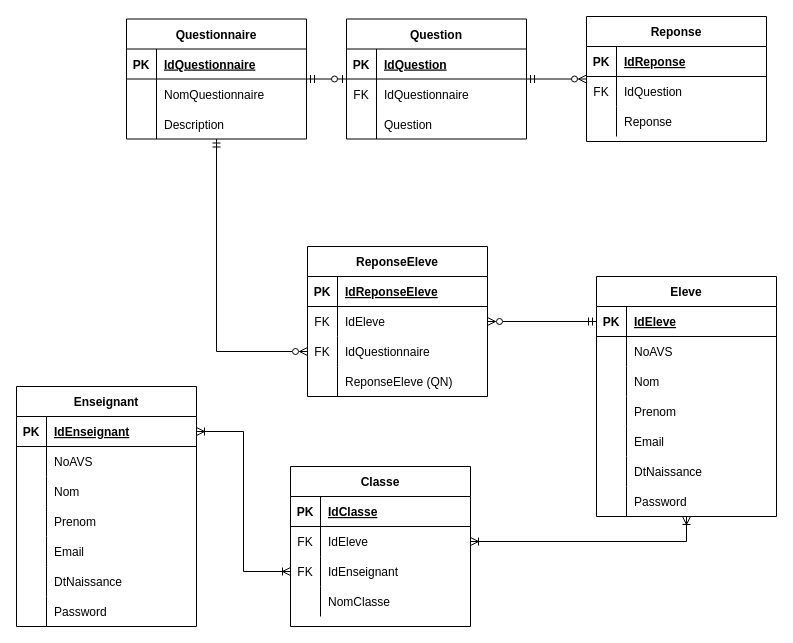
Devetik/Diagrammes keeps this draw.io diagram as DBDiagram.drawio. Above is the earlier version. Source tidied: cells renumbered, new cells numbered last; positions are measured from the earlier drawing's top-left corner, leaving out a move shared by most shapes. Both pictures are drawn from the tidied source at 100%, with x=0, y=0 at pixel (16, 16).
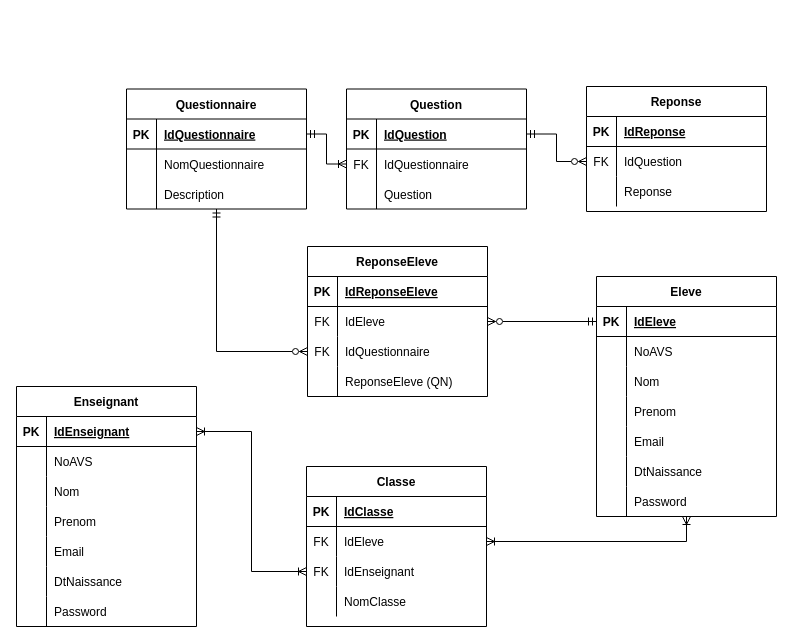
The same page after the edit.

Unchanged cells that the change refers to:
```xml
<mxCell id="27" style="shape=tableRow;horizontal=0;startSize=0;swimlaneHead=0;swimlaneBody=0;fillColor=none;points=[[0,0.5],[1,0.5]];portConstraint=eastwest;top=0;left=0;right=0;bottom=1;" parent="26" vertex="1">
  <mxGeometry y="30" width="180" height="30" as="geometry" />
</mxCell>
<mxCell id="38" style="shape=tableRow;horizontal=0;startSize=0;swimlaneHead=0;swimlaneBody=0;fillColor=none;points=[[0,0.5],[1,0.5]];portConstraint=eastwest;top=0;left=0;right=0;bottom=1;" parent="37" vertex="1">
  <mxGeometry y="30" width="180" height="30" as="geometry" />
</mxCell>
<mxCell id="41" style="shape=tableRow;horizontal=0;startSize=0;swimlaneHead=0;swimlaneBody=0;fillColor=none;points=[[0,0.5],[1,0.5]];portConstraint=eastwest;top=0;left=0;right=0;bottom=0;" parent="37" vertex="1">
  <mxGeometry y="60" width="180" height="30" as="geometry" />
</mxCell>
<mxCell id="51" style="shape=tableRow;horizontal=0;startSize=0;swimlaneHead=0;swimlaneBody=0;fillColor=none;points=[[0,0.5],[1,0.5]];portConstraint=eastwest;top=0;left=0;right=0;bottom=0;" parent="47" vertex="1">
  <mxGeometry y="60" width="180" height="30" as="geometry" />
</mxCell>
```

Change to the diagram source:
```diff
@@
-    <mxCell id="25" style="edgeStyle=orthogonalEdgeStyle;rounded=0;jettySize=auto;html=1;startArrow=ERmandOne;startFill=0;endArrow=ERzeroToOne;endFill=0;" parent="1" edge="1" source="26" target="37">
+    <mxCell id="25" style="edgeStyle=orthogonalEdgeStyle;rounded=0;jettySize=auto;html=1;startArrow=ERmandOne;startFill=0;endArrow=ERoneToMany;endFill=0;exitX=1;exitY=0.5;exitDx=0;exitDy=0;entryX=0;entryY=0.5;entryDx=0;entryDy=0;" parent="1" edge="1" source="27" target="41">
       <mxGeometry relative="1" as="geometry" />
     </mxCell>
     <mxCell id="26" value="Questionnaire" style="shape=table;startSize=30;childLayout=tableLayout;rowLines=0;fontStyle=1;align=center;" parent="1" vertex="1">
-      <mxGeometry x="110" y="2.5" width="180" height="120" as="geometry" />
+      <mxGeometry x="110" y="72.5" width="180" height="120" as="geometry" />
     </mxCell>
@@
-    <mxCell id="36" style="edgeStyle=orthogonalEdgeStyle;rounded=0;jettySize=auto;html=1;startArrow=ERmandOne;startFill=0;endArrow=ERzeroToMany;endFill=0;" parent="1" edge="1" source="37" target="47">
+    <mxCell id="36" style="edgeStyle=orthogonalEdgeStyle;rounded=0;jettySize=auto;html=1;startArrow=ERmandOne;startFill=0;endArrow=ERzeroToMany;endFill=0;exitX=1;exitY=0.5;exitDx=0;exitDy=0;entryX=0;entryY=0.5;entryDx=0;entryDy=0;" parent="1" edge="1" source="38" target="51">
       <mxGeometry relative="1" as="geometry" />
     </mxCell>
     <mxCell id="37" value="Question" style="shape=table;startSize=30;childLayout=tableLayout;rowLines=0;fontStyle=1;align=center;" parent="1" vertex="1">
-      <mxGeometry x="330" y="2.5" width="180" height="120" as="geometry" />
+      <mxGeometry x="330" y="72.5" width="180" height="120" as="geometry" />
     </mxCell>
@@
     <mxCell id="47" value="Reponse" style="shape=table;startSize=30;childLayout=tableLayout;rowLines=0;fontStyle=1;align=center;" parent="1" vertex="1">
-      <mxGeometry x="570" width="180" height="125" as="geometry" />
+      <mxGeometry x="570" y="70" width="180" height="125" as="geometry" />
     </mxCell>
@@
     <mxCell id="72" value="Classe" style="shape=table;startSize=30;childLayout=tableLayout;rowLines=0;fontStyle=1;align=center;" parent="1" vertex="1">
-      <mxGeometry x="274" y="450" width="180" height="160" as="geometry" />
+      <mxGeometry x="290" y="450" width="180" height="160" as="geometry" />
     </mxCell>
```
